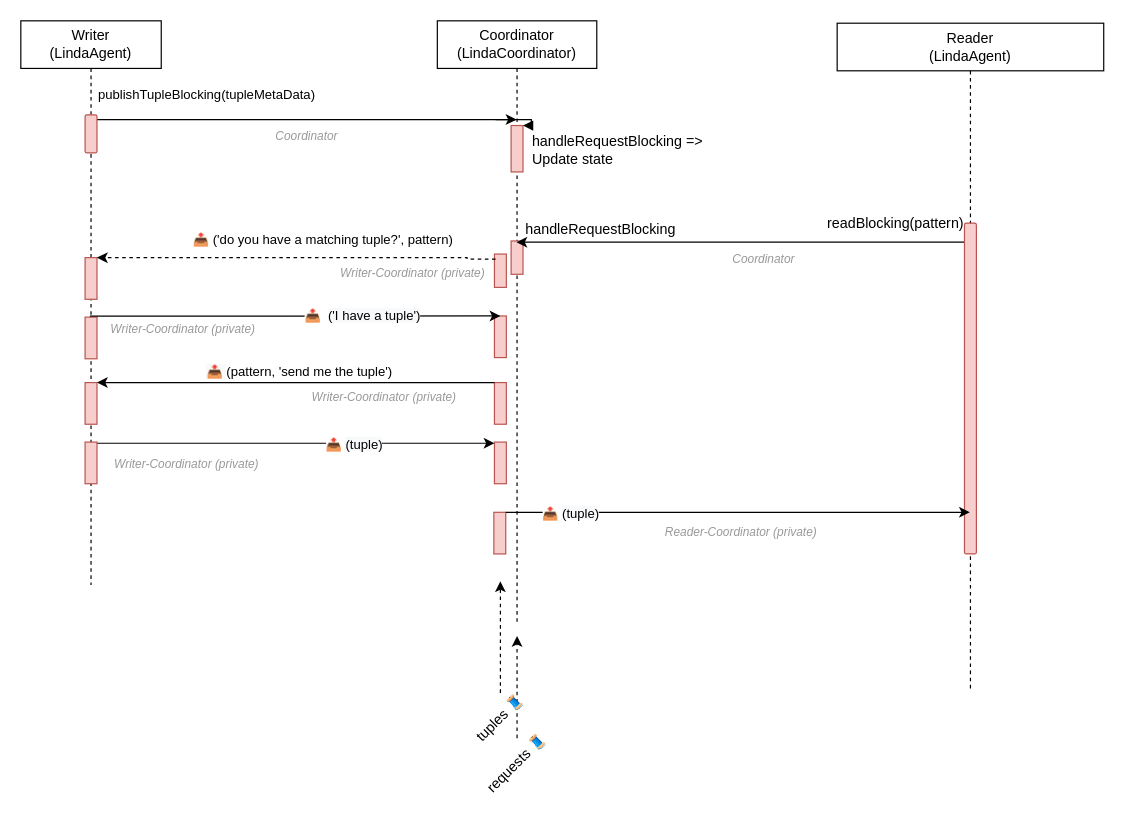
Above: page "1R - 1W" (3 of 7) of images/diagram.drawio in pochka15/linda (draw.io), before the change. Source tidied: cells renumbered, new cells numbered last; positions are measured from the earlier drawing's top-left corner, leaving out a move shared by most shapes. Both pictures are drawn from the tidied source at 119%, with x=0, y=0 at pixel (20, 20).
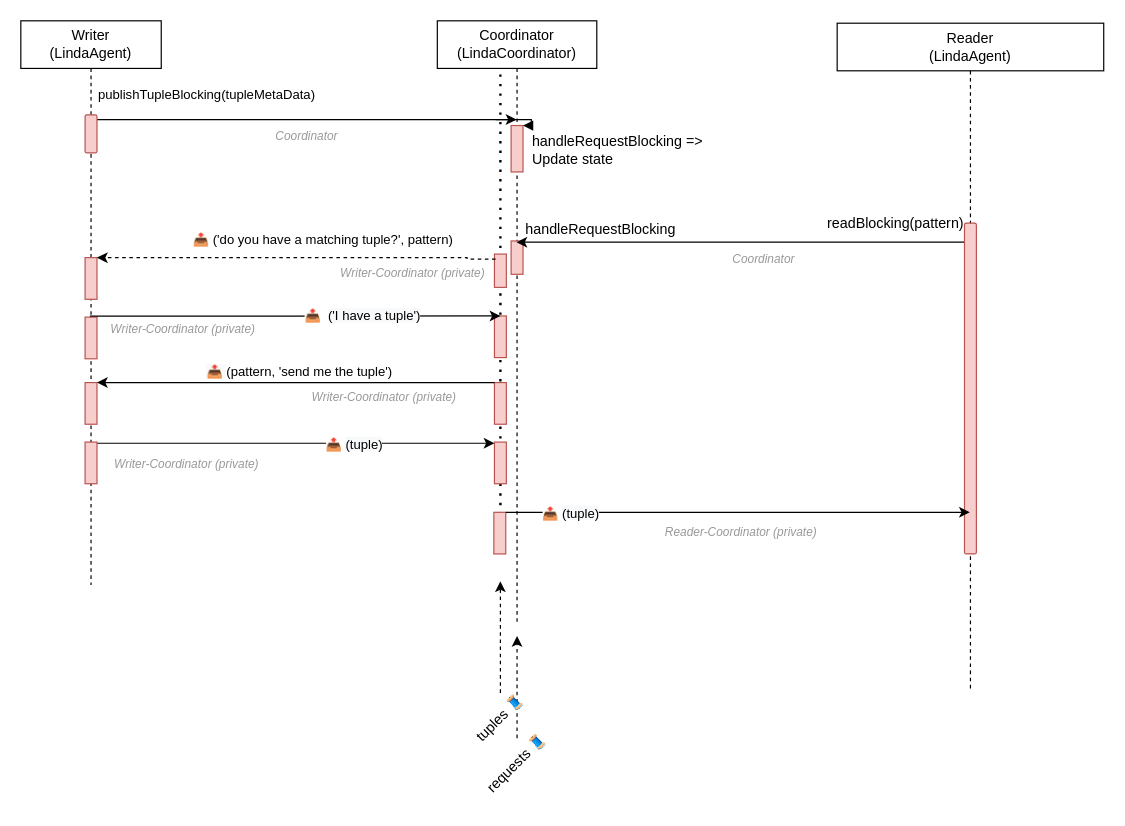
The same diagram, later.

Diff of the diagram source:
```diff
@@
+    <mxCell id="45" style="endArrow=none;dashed=1;html=1;dashPattern=1 3;strokeWidth=2;rounded=0;" parent="1" edge="1">
+      <mxGeometry relative="1" as="geometry">
+        <mxPoint x="403" y="447" as="sourcePoint" />
+        <mxPoint x="403" y="40" as="targetPoint" />
+      </mxGeometry>
+    </mxCell>
@@
-    <mxCell id="21" value="&lt;span style=&quot;font-size: 11px&quot;&gt;📤&amp;nbsp;&lt;/span&gt;&lt;span style=&quot;font-size: 11px ; background-color: rgb(255 , 255 , 255)&quot;&gt;('do you have a matching tuple?', pattern)&lt;/span&gt;" style="text;html=1;strokeColor=none;fillColor=none;align=left;verticalAlign=middle;whiteSpace=wrap;rounded=0;fontSize=12;" parent="1" vertex="1">
+    <mxCell id="21" value="&lt;span style=&quot;font-size: 11px&quot;&gt;📤&amp;nbsp;&lt;/span&gt;&lt;span style=&quot;font-size: 11px ; background-color: rgb(255 , 255 , 255)&quot;&gt;('do you have a matching tuple?', pattern)&lt;/span&gt;" style="text;html=1;align=left;verticalAlign=middle;whiteSpace=wrap;rounded=0;fontSize=12;" parent="1" vertex="1">
       <mxGeometry x="143" y="178" width="259" height="12" as="geometry" />
     </mxCell>
```
